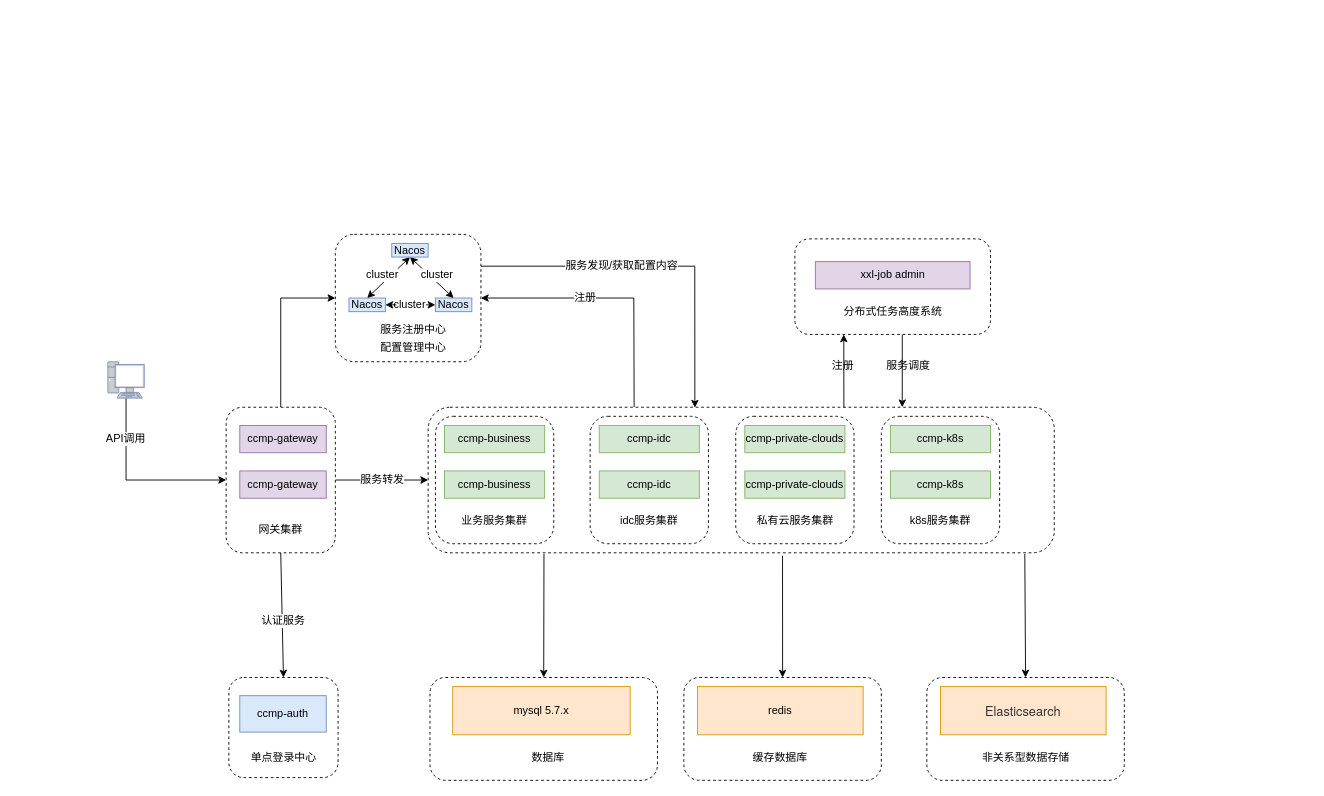
The draw.io diagram ccmp.drawio in scrollsyou/doc, before the edit. Source tidied: cells renumbered, new cells numbered last; positions are measured from the earlier drawing's top-left corner, leaving out a move shared by most shapes. Both pictures are drawn from the tidied source at 91%, with x=0, y=0 at pixel (98, 234).
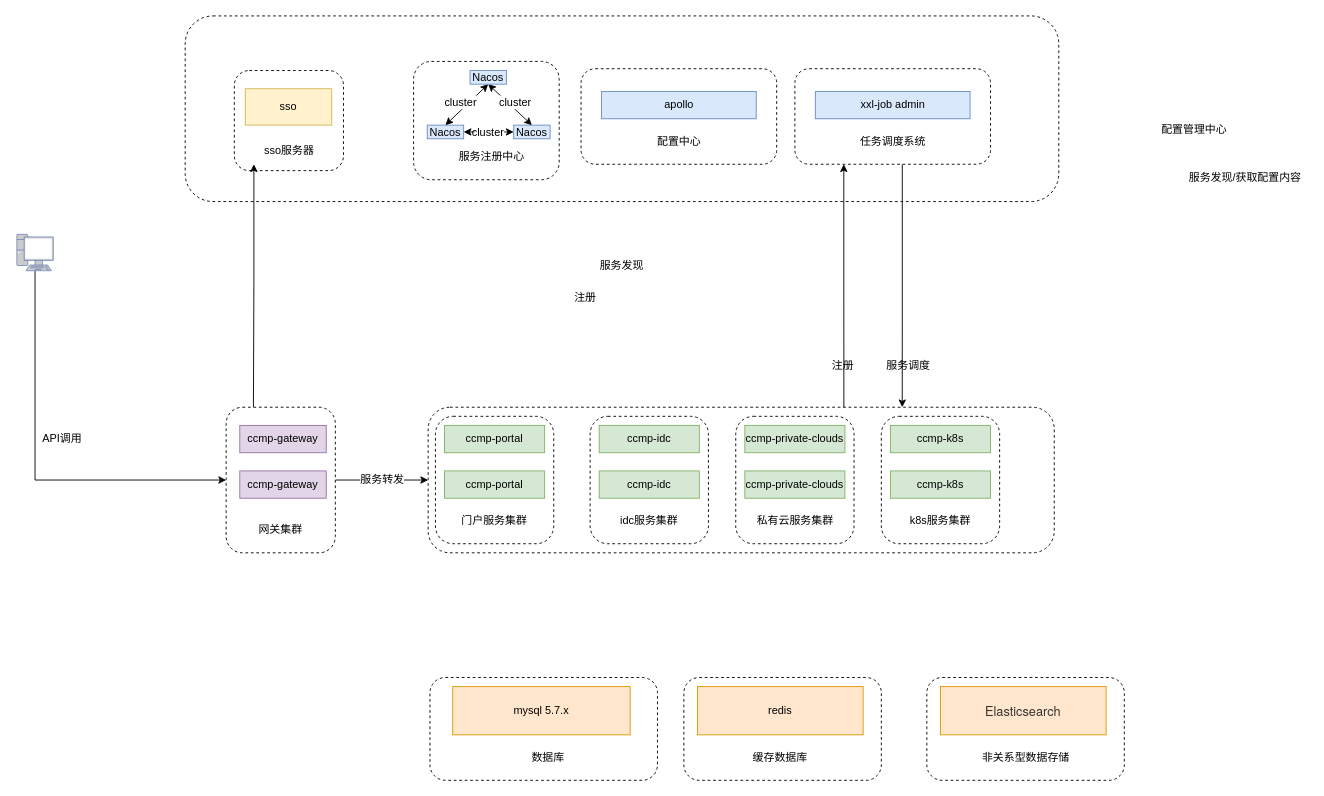
The same diagram, later.

Unchanged cells that the change refers to:
```xml
<mxCell id="4" style="rounded=1;whiteSpace=wrap;html=1;labelBackgroundColor=default;dashed=1;" parent="1" vertex="1">
  <mxGeometry x="362" y="190" width="688" height="160" as="geometry" />
</mxCell>
<mxCell id="23" style="rounded=1;whiteSpace=wrap;html=1;labelBackgroundColor=default;dashed=1;" parent="1" vertex="1">
  <mxGeometry x="140" y="190" width="120" height="160" as="geometry" />
</mxCell>
<mxCell id="59" style="rounded=1;whiteSpace=wrap;html=1;labelBackgroundColor=default;dashed=1;" parent="1" vertex="1">
  <mxGeometry x="364" y="487" width="250" height="113" as="geometry" />
</mxCell>
<mxCell id="63" style="rounded=1;whiteSpace=wrap;html=1;dashed=1;labelBackgroundColor=none;" parent="1" vertex="1">
  <mxGeometry x="643" y="487" width="217" height="113" as="geometry" />
</mxCell>
<mxCell id="67" style="rounded=1;whiteSpace=wrap;html=1;dashed=1;labelBackgroundColor=none;" parent="1" vertex="1">
  <mxGeometry x="910" y="487" width="217" height="113" as="geometry" />
</mxCell>
```

Change to the diagram source:
```diff
@@
-    <mxCell id="2" style="edgeStyle=none;rounded=0;jettySize=auto;html=1;exitX=0.329;exitY=-0.001;exitDx=0;exitDy=0;entryX=1;entryY=0.5;entryDx=0;entryDy=0;startArrow=none;startFill=0;endArrow=classic;endFill=1;strokeColor=default;exitPerimeter=0;" parent="1" edge="1" source="4" target="7">
-      <mxGeometry relative="1" as="geometry">
-        <Array as="points">
-          <mxPoint x="588" y="70" />
-        </Array>
-      </mxGeometry>
-    </mxCell>
+    <mxCell id="70" style="rounded=1;whiteSpace=wrap;html=1;dashed=1;" parent="1" vertex="1">
+      <mxGeometry x="95" y="-240" width="960" height="204" as="geometry" />
+    </mxCell>
@@
-    <mxCell id="6" style="edgeStyle=none;rounded=0;jettySize=auto;html=1;exitX=1;exitY=0.25;exitDx=0;exitDy=0;entryX=0.426;entryY=0.003;entryDx=0;entryDy=0;entryPerimeter=0;startArrow=none;startFill=0;endArrow=classic;endFill=1;strokeColor=default;" parent="1" edge="1" source="7" target="4">
-      <mxGeometry relative="1" as="geometry">
-        <Array as="points">
-          <mxPoint x="655" y="35" />
-        </Array>
-      </mxGeometry>
-    </mxCell>
     <mxCell id="7" style="rounded=1;whiteSpace=wrap;html=1;dashed=1;" parent="1" vertex="1">
-      <mxGeometry x="260" width="160" height="140" as="geometry" />
+      <mxGeometry x="346" y="-190" width="160" height="130" as="geometry" />
     </mxCell>
@@
     <mxCell id="9" value="Nacos" style="rounded=0;whiteSpace=wrap;html=1;fillColor=#dae8fc;strokeColor=#6c8ebf;" parent="1" vertex="1">
-      <mxGeometry x="275" y="70" width="40" height="15" as="geometry" />
+      <mxGeometry x="361" y="-120" width="40" height="15" as="geometry" />
     </mxCell>
     <mxCell id="10" value="Nacos" style="rounded=0;whiteSpace=wrap;html=1;fillColor=#dae8fc;strokeColor=#6c8ebf;" parent="1" vertex="1">
-      <mxGeometry x="370" y="70" width="40" height="15" as="geometry" />
+      <mxGeometry x="456" y="-120" width="40" height="15" as="geometry" />
     </mxCell>
@@
     <mxCell id="13" value="Nacos" style="rounded=0;whiteSpace=wrap;html=1;fillColor=#dae8fc;strokeColor=#6c8ebf;" parent="1" vertex="1">
-      <mxGeometry x="322" y="10" width="40" height="15" as="geometry" />
+      <mxGeometry x="408" y="-180" width="40" height="15" as="geometry" />
     </mxCell>
     <mxCell id="14" value="cluster" style="text;html=1;strokeColor=none;fillColor=none;align=center;verticalAlign=middle;whiteSpace=wrap;rounded=0;labelBackgroundColor=default;" parent="1" vertex="1">
-      <mxGeometry x="297" y="40" width="30" height="10" as="geometry" />
+      <mxGeometry x="383" y="-150" width="30" height="10" as="geometry" />
     </mxCell>
     <mxCell id="15" value="cluster" style="text;html=1;strokeColor=none;fillColor=none;align=center;verticalAlign=middle;whiteSpace=wrap;rounded=0;labelBackgroundColor=default;" parent="1" vertex="1">
-      <mxGeometry x="357" y="40" width="30" height="10" as="geometry" />
+      <mxGeometry x="443" y="-150" width="30" height="10" as="geometry" />
     </mxCell>
     <mxCell id="16" value="cluster" style="text;html=1;strokeColor=none;fillColor=none;align=center;verticalAlign=middle;whiteSpace=wrap;rounded=0;labelBackgroundColor=default;" parent="1" vertex="1">
-      <mxGeometry x="327" y="72.5" width="30" height="10" as="geometry" />
+      <mxGeometry x="413" y="-117.5" width="30" height="10" as="geometry" />
     </mxCell>
@@
     <mxCell id="18" value="服务注册中心" style="text;html=1;strokeColor=none;fillColor=none;align=center;verticalAlign=middle;whiteSpace=wrap;rounded=0;labelBackgroundColor=default;" parent="1" vertex="1">
-      <mxGeometry x="302" y="90" width="88" height="30" as="geometry" />
+      <mxGeometry x="388" y="-100" width="88" height="30" as="geometry" />
     </mxCell>
-    <mxCell id="19" style="edgeStyle=none;jettySize=auto;html=1;exitX=0.5;exitY=0;exitDx=0;exitDy=0;entryX=0;entryY=0.5;entryDx=0;entryDy=0;startArrow=none;startFill=0;strokeColor=default;rounded=0;" parent="1" edge="1" source="23" target="7">
-      <mxGeometry relative="1" as="geometry">
-        <Array as="points">
-          <mxPoint x="200" y="70" />
-        </Array>
-      </mxGeometry>
-    </mxCell>
     <mxCell id="20" style="edgeStyle=none;rounded=0;jettySize=auto;html=1;exitX=0;exitY=0.5;exitDx=0;exitDy=0;entryX=0.5;entryY=1;entryDx=0;entryDy=0;entryPerimeter=0;startArrow=classic;startFill=1;strokeColor=default;endArrow=none;endFill=0;" parent="1" edge="1" source="23" target="27">
       <mxGeometry relative="1" as="geometry">
         <Array as="points">
-          <mxPoint x="30" y="270" />
+          <mxPoint x="-70" y="270" />
         </Array>
       </mxGeometry>
     </mxCell>
@@
-    <mxCell id="22" style="edgeStyle=none;rounded=0;jettySize=auto;html=1;exitX=0.5;exitY=1;exitDx=0;exitDy=0;entryX=0.5;entryY=0;entryDx=0;entryDy=0;startArrow=none;startFill=0;endArrow=classic;endFill=1;strokeColor=default;" parent="1" edge="1" source="23" target="54">
-      <mxGeometry relative="1" as="geometry" />
-    </mxCell>
@@
     <mxCell id="27" style="fontColor=#0066CC;verticalAlign=top;verticalLabelPosition=bottom;labelPosition=center;align=center;html=1;outlineConnect=0;fillColor=#CCCCCC;strokeColor=#6881B3;gradientColor=none;gradientDirection=north;strokeWidth=2;shape=mxgraph.networks.pc;rounded=1;labelBackgroundColor=default;" parent="1" vertex="1">
-      <mxGeometry x="10" y="140" width="40" height="40" as="geometry" />
+      <mxGeometry x="-90" width="40" height="40" as="geometry" />
     </mxCell>
     <mxCell id="28" value="API调用" style="text;html=1;strokeColor=none;fillColor=none;align=center;verticalAlign=middle;whiteSpace=wrap;rounded=0;labelBackgroundColor=default;" parent="1" vertex="1">
-      <mxGeometry y="210" width="60" height="30" as="geometry" />
+      <mxGeometry x="-70" y="210" width="60" height="30" as="geometry" />
     </mxCell>
-    <mxCell id="29" value="ccmp-business" style="rounded=0;whiteSpace=wrap;html=1;labelBackgroundColor=none;fillColor=#d5e8d4;strokeColor=#82b366;" parent="1" vertex="1">
+    <mxCell id="29" value="ccmp-portal" style="rounded=0;whiteSpace=wrap;html=1;labelBackgroundColor=none;fillColor=#d5e8d4;strokeColor=#82b366;" parent="1" vertex="1">
       <mxGeometry x="380" y="210" width="110" height="30" as="geometry" />
     </mxCell>
-    <mxCell id="30" value="ccmp-business" style="rounded=0;whiteSpace=wrap;html=1;labelBackgroundColor=none;fillColor=#d5e8d4;strokeColor=#82b366;" parent="1" vertex="1">
+    <mxCell id="30" value="ccmp-portal" style="rounded=0;whiteSpace=wrap;html=1;labelBackgroundColor=none;fillColor=#d5e8d4;strokeColor=#82b366;" parent="1" vertex="1">
       <mxGeometry x="380" y="260" width="110" height="30" as="geometry" />
     </mxCell>
-    <mxCell id="31" value="业务服务集群" style="text;html=1;strokeColor=none;fillColor=none;align=center;verticalAlign=middle;whiteSpace=wrap;rounded=0;dashed=1;labelBackgroundColor=default;" parent="1" vertex="1">
+    <mxCell id="31" value="&lt;div style=&quot;text-align: left&quot;&gt;门户服务集群&lt;/div&gt;" style="text;html=1;strokeColor=none;fillColor=none;align=center;verticalAlign=middle;whiteSpace=wrap;rounded=0;dashed=1;labelBackgroundColor=default;" parent="1" vertex="1">
       <mxGeometry x="395" y="300" width="80" height="30" as="geometry" />
     </mxCell>
@@
     <mxCell id="44" value="配置管理中心" style="text;html=1;strokeColor=none;fillColor=none;align=center;verticalAlign=middle;whiteSpace=wrap;rounded=0;labelBackgroundColor=default;" parent="1" vertex="1">
-      <mxGeometry x="302" y="110" width="88" height="30" as="geometry" />
+      <mxGeometry x="1160" y="-130" width="88" height="30" as="geometry" />
     </mxCell>
@@
-    <mxCell id="46" value="服务发现/获取配置内容" style="text;html=1;strokeColor=none;fillColor=none;align=center;verticalAlign=middle;whiteSpace=wrap;rounded=0;dashed=1;labelBackgroundColor=default;" parent="1" vertex="1">
+    <mxCell id="46" value="服务发现" style="text;html=1;strokeColor=none;fillColor=none;align=center;verticalAlign=middle;whiteSpace=wrap;rounded=0;dashed=1;labelBackgroundColor=default;" parent="1" vertex="1">
       <mxGeometry x="505" y="20" width="140" height="30" as="geometry" />
     </mxCell>
@@
     <mxCell id="49" style="rounded=1;whiteSpace=wrap;html=1;dashed=1;labelBackgroundColor=default;" parent="1" vertex="1">
-      <mxGeometry x="765" y="5" width="215" height="105" as="geometry" />
+      <mxGeometry x="765" y="-182" width="215" height="105" as="geometry" />
     </mxCell>
-    <mxCell id="50" value="xxl-job admin" style="rounded=0;whiteSpace=wrap;html=1;labelBackgroundColor=none;fillColor=#e1d5e7;strokeColor=#9673a6;" parent="1" vertex="1">
-      <mxGeometry x="787.5" y="30" width="170" height="30" as="geometry" />
+    <mxCell id="50" value="xxl-job admin" style="rounded=0;whiteSpace=wrap;html=1;labelBackgroundColor=none;fillColor=#dae8fc;strokeColor=#6c8ebf;" parent="1" vertex="1">
+      <mxGeometry x="787.5" y="-157" width="170" height="30" as="geometry" />
     </mxCell>
-    <mxCell id="51" value="分布式任务高度系统" style="text;html=1;strokeColor=none;fillColor=none;align=center;verticalAlign=middle;whiteSpace=wrap;rounded=0;dashed=1;labelBackgroundColor=default;" parent="1" vertex="1">
-      <mxGeometry x="792.5" y="70" width="160" height="30" as="geometry" />
+    <mxCell id="51" value="任务调度系统" style="text;html=1;strokeColor=none;fillColor=none;align=center;verticalAlign=middle;whiteSpace=wrap;rounded=0;dashed=1;labelBackgroundColor=default;" parent="1" vertex="1">
+      <mxGeometry x="792.5" y="-117" width="160" height="30" as="geometry" />
     </mxCell>
@@
     <mxCell id="54" style="rounded=1;whiteSpace=wrap;html=1;labelBackgroundColor=none;dashed=1;" parent="1" vertex="1">
-      <mxGeometry x="143" y="487" width="120" height="110" as="geometry" />
+      <mxGeometry x="149" y="-180" width="120" height="110" as="geometry" />
     </mxCell>
-    <mxCell id="55" value="ccmp-auth" style="rounded=0;whiteSpace=wrap;html=1;labelBackgroundColor=none;fillColor=#dae8fc;strokeColor=#6c8ebf;" parent="1" vertex="1">
-      <mxGeometry x="155" y="507" width="95" height="40" as="geometry" />
+    <mxCell id="55" value="sso" style="rounded=0;whiteSpace=wrap;html=1;labelBackgroundColor=none;fillColor=#fff2cc;strokeColor=#d6b656;" parent="1" vertex="1">
+      <mxGeometry x="161" y="-160" width="95" height="40" as="geometry" />
     </mxCell>
+    <mxCell id="71" style="edgeStyle=orthogonalEdgeStyle;rounded=0;jettySize=auto;html=1;exitX=0;exitY=1;exitDx=0;exitDy=0;entryX=0.25;entryY=0;entryDx=0;entryDy=0;endArrow=none;endFill=0;startArrow=classic;startFill=1;" parent="1" edge="1" source="56" target="23">
+      <mxGeometry relative="1" as="geometry" />
+    </mxCell>
-    <mxCell id="56" value="单点登录中心" style="text;html=1;strokeColor=none;fillColor=none;align=center;verticalAlign=middle;whiteSpace=wrap;rounded=0;labelBackgroundColor=none;" parent="1" vertex="1">
-      <mxGeometry x="164.5" y="560" width="77" height="30" as="geometry" />
+    <mxCell id="56" value="sso服务器" style="text;html=1;strokeColor=none;fillColor=none;align=center;verticalAlign=middle;whiteSpace=wrap;rounded=0;labelBackgroundColor=none;" parent="1" vertex="1">
+      <mxGeometry x="170.5" y="-107" width="77" height="30" as="geometry" />
     </mxCell>
-    <mxCell id="57" value="认证服务" style="text;html=1;strokeColor=none;fillColor=none;align=center;verticalAlign=middle;whiteSpace=wrap;rounded=0;labelBackgroundColor=default;" parent="1" vertex="1">
-      <mxGeometry x="173" y="410" width="60" height="30" as="geometry" />
-    </mxCell>
-    <mxCell id="58" style="edgeStyle=none;rounded=0;jettySize=auto;html=1;exitX=0.5;exitY=0;exitDx=0;exitDy=0;entryX=0.185;entryY=1.008;entryDx=0;entryDy=0;entryPerimeter=0;startArrow=classic;startFill=1;endArrow=none;endFill=0;strokeColor=default;" parent="1" edge="1" source="59" target="4">
-      <mxGeometry relative="1" as="geometry" />
-    </mxCell>
@@
-    <mxCell id="62" style="edgeStyle=none;rounded=0;jettySize=auto;html=1;exitX=0.5;exitY=0;exitDx=0;exitDy=0;entryX=0.566;entryY=1.02;entryDx=0;entryDy=0;entryPerimeter=0;startArrow=classic;startFill=1;endArrow=none;endFill=0;strokeColor=default;" parent="1" edge="1" source="63" target="4">
-      <mxGeometry relative="1" as="geometry" />
-    </mxCell>
@@
-    <mxCell id="66" style="edgeStyle=none;rounded=0;jettySize=auto;html=1;exitX=0.5;exitY=0;exitDx=0;exitDy=0;entryX=0.953;entryY=1.008;entryDx=0;entryDy=0;entryPerimeter=0;startArrow=classic;startFill=1;endArrow=none;endFill=0;strokeColor=default;" parent="1" edge="1" source="67" target="4">
-      <mxGeometry relative="1" as="geometry" />
-    </mxCell>
@@
+    <mxCell id="72" value="服务发现/获取配置内容" style="text;html=1;strokeColor=none;fillColor=none;align=center;verticalAlign=middle;whiteSpace=wrap;rounded=0;dashed=1;labelBackgroundColor=default;" parent="1" vertex="1">
+      <mxGeometry x="1190" y="-77" width="140" height="30" as="geometry" />
+    </mxCell>
+    <mxCell id="73" style="rounded=1;whiteSpace=wrap;html=1;dashed=1;labelBackgroundColor=default;" parent="1" vertex="1">
+      <mxGeometry x="530" y="-182" width="215" height="105" as="geometry" />
+    </mxCell>
+    <mxCell id="74" value="apollo" style="rounded=0;whiteSpace=wrap;html=1;labelBackgroundColor=none;fillColor=#dae8fc;strokeColor=#6c8ebf;" parent="1" vertex="1">
+      <mxGeometry x="552.5" y="-157" width="170" height="30" as="geometry" />
+    </mxCell>
+    <mxCell id="75" value="配置中心" style="text;html=1;strokeColor=none;fillColor=none;align=center;verticalAlign=middle;whiteSpace=wrap;rounded=0;dashed=1;labelBackgroundColor=default;" parent="1" vertex="1">
+      <mxGeometry x="557.5" y="-117" width="160" height="30" as="geometry" />
+    </mxCell>
```
